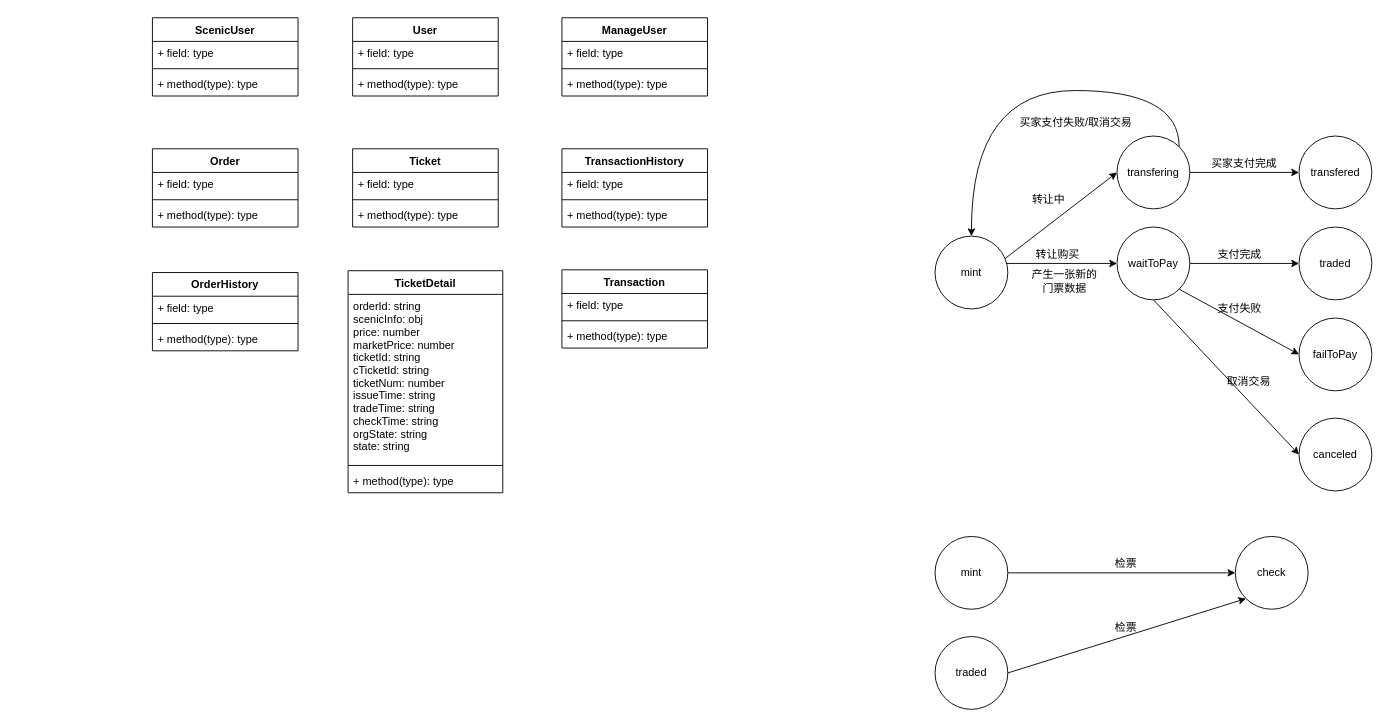
jxu86/project-uml keeps this draw.io diagram as 票务链.drawio. Above is the earlier version. Source tidied: cells renumbered, new cells numbered last; positions are measured from the earlier drawing's top-left corner, leaving out a move shared by most shapes. Both pictures are drawn from the tidied source at 91%, with x=0, y=0 at pixel (152, 17).
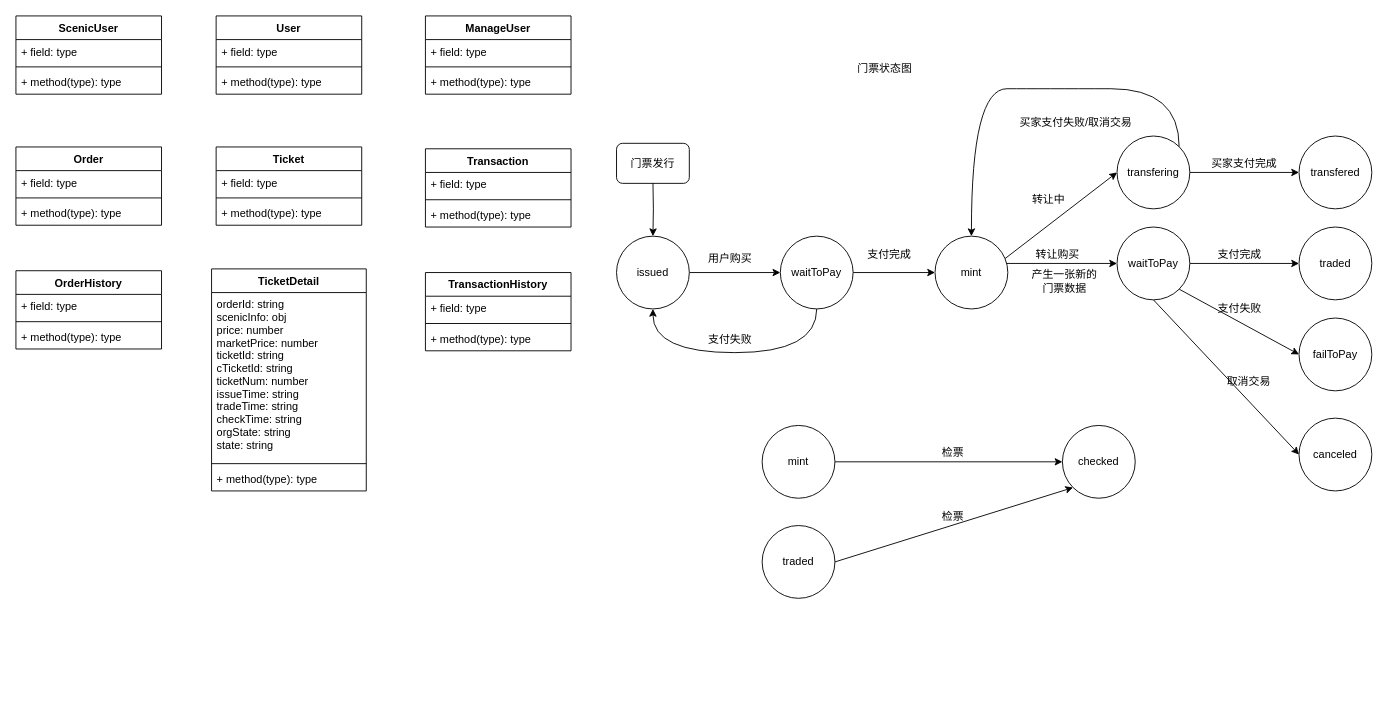
The same page after the edit.

The change refers to these unchanged cells:
```xml
<mxCell id="26" value="transfering" style="ellipse;whiteSpace=wrap;html=1;" parent="1" vertex="1">
  <mxGeometry x="1060" y="130" width="80" height="80" as="geometry" />
</mxCell>
<mxCell id="34" value="mint" style="ellipse;whiteSpace=wrap;html=1;" parent="1" vertex="1">
  <mxGeometry x="860" y="240" width="80" height="80" as="geometry" />
</mxCell>
```

The edit, as a diff of the source:
```diff
@@
     <mxCell id="2" value="ScenicUser" style="swimlane;fontStyle=1;align=center;verticalAlign=top;horizontal=1;startSize=26;" parent="1" vertex="1">
-      <mxGeometry width="160" height="86" as="geometry" />
+      <mxGeometry x="-150" y="-2" width="160" height="86" as="geometry" />
     </mxCell>
@@
     <mxCell id="6" value="User" style="swimlane;fontStyle=1;align=center;verticalAlign=top;horizontal=1;startSize=26;" parent="1" vertex="1">
-      <mxGeometry x="220" width="160" height="86" as="geometry" />
+      <mxGeometry x="70" y="-2" width="160" height="86" as="geometry" />
     </mxCell>
@@
     <mxCell id="10" value="ManageUser" style="swimlane;fontStyle=1;align=center;verticalAlign=top;horizontal=1;startSize=26;" parent="1" vertex="1">
-      <mxGeometry x="450" width="160" height="86" as="geometry" />
+      <mxGeometry x="300" y="-2" width="160" height="86" as="geometry" />
     </mxCell>
@@
     <mxCell id="25" style="edgeStyle=orthogonalEdgeStyle;rounded=0;jettySize=auto;html=1;exitX=1;exitY=0;exitDx=0;exitDy=0;entryX=0.5;entryY=0;entryDx=0;entryDy=0;curved=1;" parent="1" edge="1" source="26" target="34">
       <mxGeometry relative="1" as="geometry">
         <Array as="points">
-          <mxPoint x="1128" y="80" />
-          <mxPoint x="900" y="80" />
+          <mxPoint x="978" y="78" />
+          <mxPoint x="750" y="78" />
         </Array>
       </mxGeometry>
     </mxCell>
@@
     <mxCell id="36" value="Order" style="swimlane;fontStyle=1;align=center;verticalAlign=top;horizontal=1;startSize=26;" parent="1" vertex="1">
-      <mxGeometry y="144" width="160" height="86" as="geometry" />
+      <mxGeometry x="-150" y="142" width="160" height="86" as="geometry" />
     </mxCell>
@@
     <mxCell id="40" value="Ticket" style="swimlane;fontStyle=1;align=center;verticalAlign=top;horizontal=1;startSize=26;" parent="1" vertex="1">
-      <mxGeometry x="220" y="144" width="160" height="86" as="geometry" />
+      <mxGeometry x="70" y="142" width="160" height="86" as="geometry" />
     </mxCell>
@@
-    <mxCell id="44" value="TransactionHistory" style="swimlane;fontStyle=1;align=center;verticalAlign=top;horizontal=1;startSize=26;" parent="1" vertex="1">
-      <mxGeometry x="450" y="144" width="160" height="86" as="geometry" />
-    </mxCell>
-    <mxCell id="45" value="+ field: type" style="text;strokeColor=none;fillColor=none;align=left;verticalAlign=top;spacingLeft=4;spacingRight=4;overflow=hidden;" parent="44" vertex="1">
-      <mxGeometry y="26" width="160" height="26" as="geometry" />
-    </mxCell>
-    <mxCell id="46" style="line;strokeWidth=1;fillColor=none;align=left;verticalAlign=middle;spacingTop=-1;spacingLeft=3;spacingRight=3;labelPosition=right;" parent="44" vertex="1">
-      <mxGeometry y="52" width="160" height="8" as="geometry" />
-    </mxCell>
-    <mxCell id="47" value="+ method(type): type" style="text;strokeColor=none;fillColor=none;align=left;verticalAlign=top;spacingLeft=4;spacingRight=4;overflow=hidden;" parent="44" vertex="1">
-      <mxGeometry y="60" width="160" height="26" as="geometry" />
-    </mxCell>
     <mxCell id="48" value="mint" style="ellipse;whiteSpace=wrap;html=1;" parent="1" vertex="1">
-      <mxGeometry x="860" y="570" width="80" height="80" as="geometry" />
+      <mxGeometry x="670" y="448" width="80" height="80" as="geometry" />
     </mxCell>
-    <mxCell id="49" value="check" style="ellipse;whiteSpace=wrap;html=1;" parent="1" vertex="1">
-      <mxGeometry x="1190" y="570" width="80" height="80" as="geometry" />
+    <mxCell id="49" value="checked" style="ellipse;whiteSpace=wrap;html=1;" parent="1" vertex="1">
+      <mxGeometry x="1000" y="448" width="80" height="80" as="geometry" />
     </mxCell>
     <mxCell id="50" value="检票" style="text;html=1;strokeColor=none;fillColor=none;align=center;verticalAlign=middle;whiteSpace=wrap;rounded=0;" parent="1" vertex="1">
-      <mxGeometry x="1050" y="590" width="40" height="20" as="geometry" />
+      <mxGeometry x="860" y="468" width="40" height="20" as="geometry" />
     </mxCell>
@@
-    <mxCell id="52" value="Transaction" style="swimlane;fontStyle=1;align=center;verticalAlign=top;horizontal=1;startSize=26;" parent="1" vertex="1">
-      <mxGeometry x="450" y="277" width="160" height="86" as="geometry" />
-    </mxCell>
-    <mxCell id="53" value="+ field: type" style="text;strokeColor=none;fillColor=none;align=left;verticalAlign=top;spacingLeft=4;spacingRight=4;overflow=hidden;" parent="52" vertex="1">
-      <mxGeometry y="26" width="160" height="26" as="geometry" />
-    </mxCell>
-    <mxCell id="54" style="line;strokeWidth=1;fillColor=none;align=left;verticalAlign=middle;spacingTop=-1;spacingLeft=3;spacingRight=3;labelPosition=right;" parent="52" vertex="1">
-      <mxGeometry y="52" width="160" height="8" as="geometry" />
-    </mxCell>
-    <mxCell id="55" value="+ method(type): type" style="text;strokeColor=none;fillColor=none;align=left;verticalAlign=top;spacingLeft=4;spacingRight=4;overflow=hidden;" parent="52" vertex="1">
-      <mxGeometry y="60" width="160" height="26" as="geometry" />
-    </mxCell>
     <mxCell id="56" value="TicketDetail" style="swimlane;fontStyle=1;align=center;verticalAlign=top;horizontal=1;startSize=26;" parent="1" vertex="1">
-      <mxGeometry x="215" y="278" width="170" height="244" as="geometry" />
+      <mxGeometry x="65" y="276" width="170" height="244" as="geometry" />
     </mxCell>
@@
     <mxCell id="60" value="OrderHistory" style="swimlane;fontStyle=1;align=center;verticalAlign=top;horizontal=1;startSize=26;" parent="1" vertex="1">
-      <mxGeometry y="280" width="160" height="86" as="geometry" />
+      <mxGeometry x="-150" y="278" width="160" height="86" as="geometry" />
     </mxCell>
@@
     <mxCell id="64" value="traded" style="ellipse;whiteSpace=wrap;html=1;" parent="1" vertex="1">
-      <mxGeometry x="860" y="680" width="80" height="80" as="geometry" />
+      <mxGeometry x="670" y="558" width="80" height="80" as="geometry" />
     </mxCell>
     <mxCell id="65" value="检票" style="text;html=1;strokeColor=none;fillColor=none;align=center;verticalAlign=middle;whiteSpace=wrap;rounded=0;" parent="1" vertex="1">
-      <mxGeometry x="1050" y="660" width="40" height="20" as="geometry" />
+      <mxGeometry x="860" y="538" width="40" height="20" as="geometry" />
     </mxCell>
@@
+    <mxCell id="67" style="edgeStyle=orthogonalEdgeStyle;rounded=0;jettySize=auto;html=1;exitX=1;exitY=0.5;exitDx=0;exitDy=0;entryX=0;entryY=0.5;entryDx=0;entryDy=0;" parent="1" edge="1" source="68" target="71">
+      <mxGeometry relative="1" as="geometry" />
+    </mxCell>
+    <mxCell id="68" value="issued" style="ellipse;whiteSpace=wrap;html=1;" parent="1" vertex="1">
+      <mxGeometry x="510" y="240" width="80" height="80" as="geometry" />
+    </mxCell>
+    <mxCell id="69" style="edgeStyle=orthogonalEdgeStyle;rounded=0;jettySize=auto;html=1;exitX=1;exitY=0.5;exitDx=0;exitDy=0;" parent="1" edge="1" source="71" target="34">
+      <mxGeometry relative="1" as="geometry" />
+    </mxCell>
+    <mxCell id="70" style="edgeStyle=orthogonalEdgeStyle;rounded=0;jettySize=auto;html=1;exitX=0.5;exitY=1;exitDx=0;exitDy=0;entryX=0.5;entryY=1;entryDx=0;entryDy=0;curved=1;" parent="1" edge="1" source="71" target="68">
+      <mxGeometry relative="1" as="geometry">
+        <Array as="points">
+          <mxPoint x="730" y="368" />
+          <mxPoint x="550" y="368" />
+        </Array>
+      </mxGeometry>
+    </mxCell>
+    <mxCell id="71" value="waitToPay" style="ellipse;whiteSpace=wrap;html=1;" parent="1" vertex="1">
+      <mxGeometry x="690" y="240" width="80" height="80" as="geometry" />
+    </mxCell>
+    <mxCell id="72" value="支付完成" style="text;html=1;strokeColor=none;fillColor=none;align=center;verticalAlign=middle;whiteSpace=wrap;rounded=0;" parent="1" vertex="1">
+      <mxGeometry x="775" y="250" width="70" height="20" as="geometry" />
+    </mxCell>
+    <mxCell id="73" value="门票状态图" style="text;html=1;strokeColor=none;fillColor=none;align=center;verticalAlign=middle;whiteSpace=wrap;rounded=0;" parent="1" vertex="1">
+      <mxGeometry x="740" y="44" width="130" height="24" as="geometry" />
+    </mxCell>
+    <mxCell id="74" value="支付失败" style="text;html=1;strokeColor=none;fillColor=none;align=center;verticalAlign=middle;whiteSpace=wrap;rounded=0;" parent="1" vertex="1">
+      <mxGeometry x="600" y="344" width="70" height="20" as="geometry" />
+    </mxCell>
+    <mxCell id="75" style="edgeStyle=orthogonalEdgeStyle;rounded=0;jettySize=auto;html=1;exitX=0.5;exitY=1;exitDx=0;exitDy=0;entryX=0.5;entryY=0;entryDx=0;entryDy=0;" parent="1" edge="1" target="68">
+      <mxGeometry relative="1" as="geometry">
+        <mxPoint x="550" y="179" as="sourcePoint" />
+      </mxGeometry>
+    </mxCell>
+    <mxCell id="76" value="&lt;span&gt;门票发行&lt;/span&gt;" style="rounded=1;whiteSpace=wrap;html=1;" parent="1" vertex="1">
+      <mxGeometry x="510" y="138" width="80" height="44" as="geometry" />
+    </mxCell>
+    <mxCell id="77" value="用户购买" style="text;html=1;strokeColor=none;fillColor=none;align=center;verticalAlign=middle;whiteSpace=wrap;rounded=0;" parent="1" vertex="1">
+      <mxGeometry x="600" y="255" width="70" height="20" as="geometry" />
+    </mxCell>
+    <mxCell id="52" value="Transaction" style="swimlane;fontStyle=1;align=center;verticalAlign=top;horizontal=1;startSize=26;" parent="1" vertex="1">
+      <mxGeometry x="300" y="144" width="160" height="86" as="geometry" />
+    </mxCell>
+    <mxCell id="53" value="+ field: type" style="text;strokeColor=none;fillColor=none;align=left;verticalAlign=top;spacingLeft=4;spacingRight=4;overflow=hidden;" parent="52" vertex="1">
+      <mxGeometry y="26" width="160" height="26" as="geometry" />
+    </mxCell>
+    <mxCell id="54" style="line;strokeWidth=1;fillColor=none;align=left;verticalAlign=middle;spacingTop=-1;spacingLeft=3;spacingRight=3;labelPosition=right;" parent="52" vertex="1">
+      <mxGeometry y="52" width="160" height="8" as="geometry" />
+    </mxCell>
+    <mxCell id="55" value="+ method(type): type" style="text;strokeColor=none;fillColor=none;align=left;verticalAlign=top;spacingLeft=4;spacingRight=4;overflow=hidden;" parent="52" vertex="1">
+      <mxGeometry y="60" width="160" height="26" as="geometry" />
+    </mxCell>
+    <mxCell id="44" value="TransactionHistory" style="swimlane;fontStyle=1;align=center;verticalAlign=top;horizontal=1;startSize=26;" parent="1" vertex="1">
+      <mxGeometry x="300" y="280" width="160" height="86" as="geometry" />
+    </mxCell>
+    <mxCell id="45" value="+ field: type" style="text;strokeColor=none;fillColor=none;align=left;verticalAlign=top;spacingLeft=4;spacingRight=4;overflow=hidden;" parent="44" vertex="1">
+      <mxGeometry y="26" width="160" height="26" as="geometry" />
+    </mxCell>
+    <mxCell id="46" style="line;strokeWidth=1;fillColor=none;align=left;verticalAlign=middle;spacingTop=-1;spacingLeft=3;spacingRight=3;labelPosition=right;" parent="44" vertex="1">
+      <mxGeometry y="52" width="160" height="8" as="geometry" />
+    </mxCell>
+    <mxCell id="47" value="+ method(type): type" style="text;strokeColor=none;fillColor=none;align=left;verticalAlign=top;spacingLeft=4;spacingRight=4;overflow=hidden;" parent="44" vertex="1">
+      <mxGeometry y="60" width="160" height="26" as="geometry" />
+    </mxCell>
```
